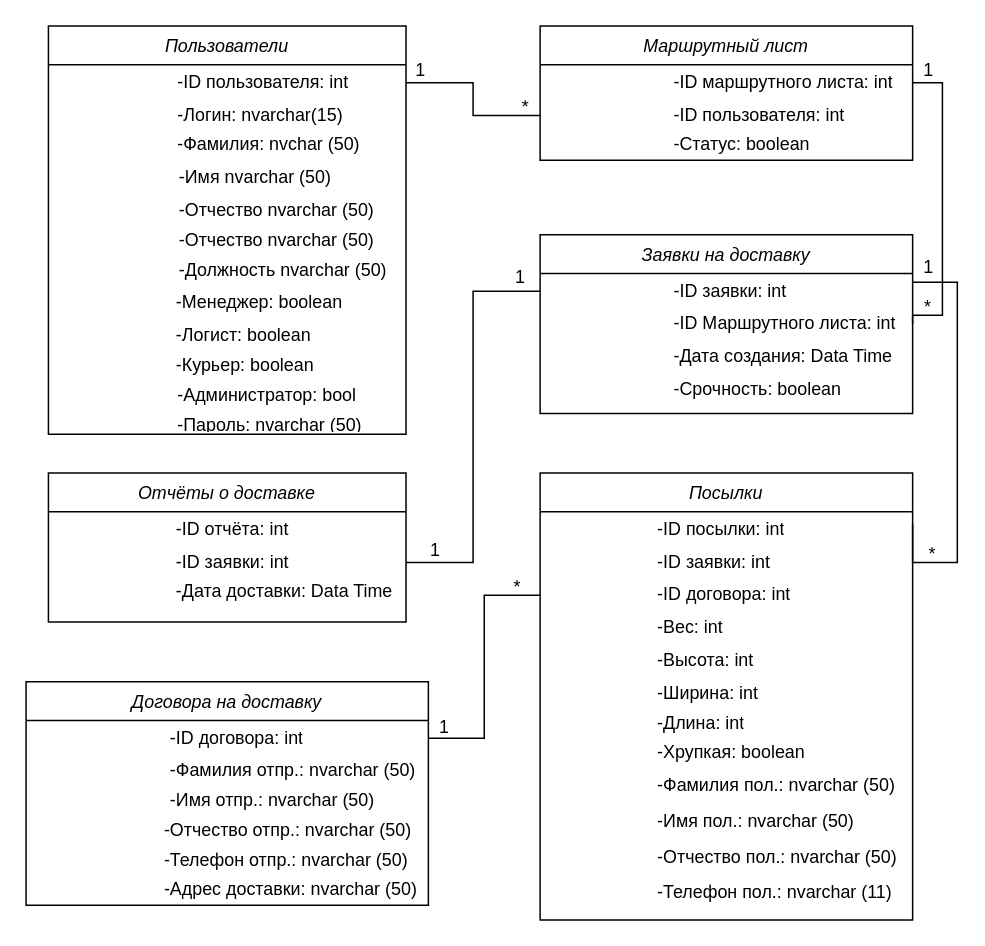
Above: Курсач/Draw io/Логическая диаграмма классов приложения.drawio in JolyBin/-Study (draw.io), before the change. Source tidied: cells renumbered, new cells numbered last; positions are measured from the earlier drawing's top-left corner, leaving out a move shared by most shapes. Both pictures are drawn from the tidied source at 149%, with x=0, y=0 at pixel (25, 25).
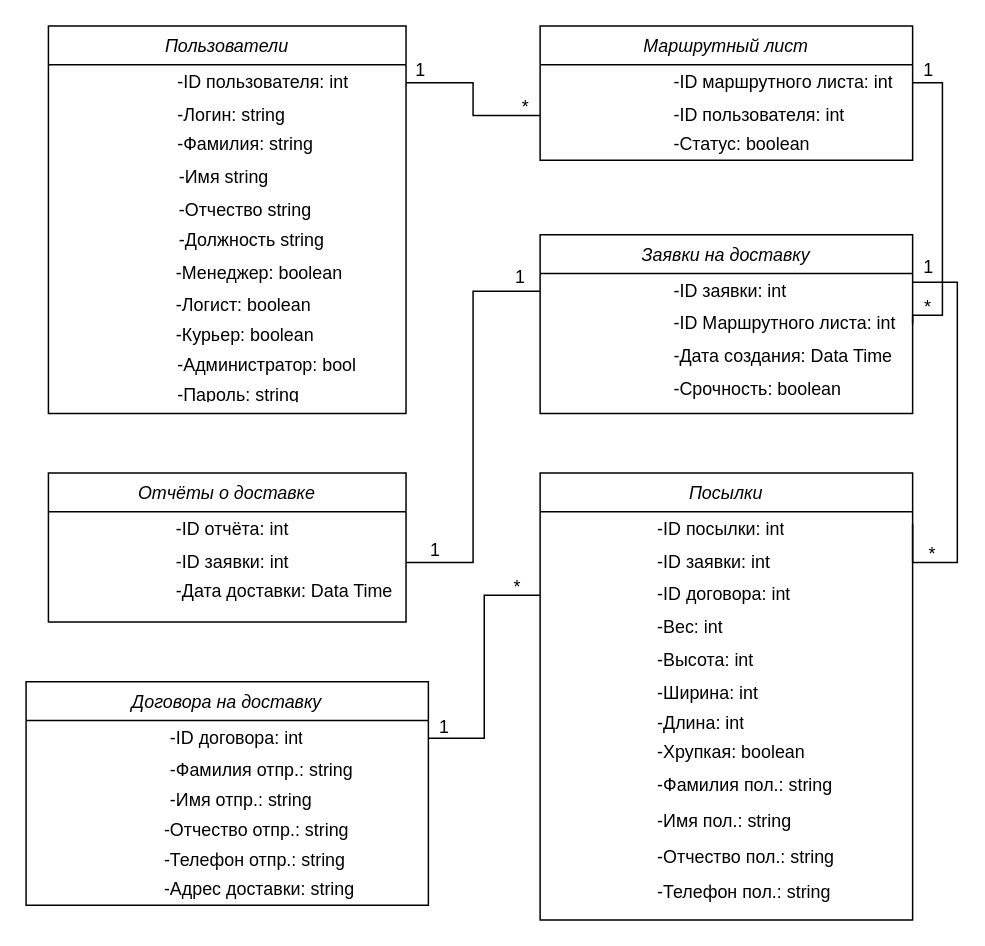
After the change.

The change refers to these unchanged cells:
```xml
<mxCell id="24" style="shape=partialRectangle;html=1;whiteSpace=wrap;fillColor=none;top=0;left=0;bottom=0;right=0;" parent="20" vertex="1">
  <mxGeometry y="24" width="240" height="20" as="geometry" />
</mxCell>
<mxCell id="27" style="shape=partialRectangle;html=1;whiteSpace=wrap;fillColor=none;top=0;left=0;bottom=0;right=0;" parent="20" vertex="1">
  <mxGeometry y="44" width="240" height="20" as="geometry" />
</mxCell>
<mxCell id="31" style="shape=partialRectangle;html=1;whiteSpace=wrap;fillColor=none;top=0;left=0;bottom=0;right=0;" parent="30" vertex="1">
  <mxGeometry width="240" height="24" as="geometry" />
</mxCell>
<mxCell id="34" style="shape=partialRectangle;html=1;whiteSpace=wrap;fillColor=none;top=0;left=0;bottom=0;right=0;" parent="30" vertex="1">
  <mxGeometry y="24" width="240" height="20" as="geometry" />
</mxCell>
<mxCell id="57" style="shape=partialRectangle;html=1;whiteSpace=wrap;fillColor=none;top=0;left=0;bottom=0;right=0;" parent="53" vertex="1">
  <mxGeometry y="20" width="240" height="16" as="geometry" />
</mxCell>
<mxCell id="100" style="shape=partialRectangle;html=1;whiteSpace=wrap;fillColor=none;top=0;left=0;bottom=0;right=0;" parent="74" vertex="1">
  <mxGeometry y="198" width="250" height="24" as="geometry" />
</mxCell>
<mxCell id="103" style="shape=partialRectangle;html=1;whiteSpace=wrap;fillColor=none;top=0;left=0;bottom=0;right=0;" parent="74" vertex="1">
  <mxGeometry y="222" width="250" height="24" as="geometry" />
</mxCell>
<mxCell id="106" style="shape=partialRectangle;html=1;whiteSpace=wrap;fillColor=none;top=0;left=0;bottom=0;right=0;" parent="74" vertex="1">
  <mxGeometry y="246" width="250" height="24" as="geometry" />
</mxCell>
<mxCell id="109" style="shape=partialRectangle;html=1;whiteSpace=wrap;fillColor=none;top=0;left=0;bottom=0;right=0;" parent="74" vertex="1">
  <mxGeometry y="270" width="250" height="24" as="geometry" />
</mxCell>
<mxCell id="136" style="shape=partialRectangle;html=1;whiteSpace=wrap;fillColor=none;top=0;left=0;bottom=0;right=0;" parent="132" vertex="1">
  <mxGeometry y="24" width="270" height="20" as="geometry" />
</mxCell>
<mxCell id="139" style="shape=partialRectangle;html=1;whiteSpace=wrap;fillColor=none;top=0;left=0;bottom=0;right=0;" parent="132" vertex="1">
  <mxGeometry y="44" width="270" height="20" as="geometry" />
</mxCell>
<mxCell id="142" style="shape=partialRectangle;html=1;whiteSpace=wrap;fillColor=none;top=0;left=0;bottom=0;right=0;" parent="131" vertex="1">
  <mxGeometry y="90" width="270" height="20" as="geometry" />
</mxCell>
<mxCell id="145" style="shape=partialRectangle;html=1;whiteSpace=wrap;fillColor=none;top=0;left=0;bottom=0;right=0;" parent="131" vertex="1">
  <mxGeometry y="110" width="270" height="20" as="geometry" />
</mxCell>
<mxCell id="148" style="shape=partialRectangle;html=1;whiteSpace=wrap;fillColor=none;top=0;left=0;bottom=0;right=0;" parent="131" vertex="1">
  <mxGeometry y="130" width="270" height="20" as="geometry" />
</mxCell>
```

Change to the diagram source:
```diff
@@
     <mxCell id="19" value="Пользователи" style="swimlane;fontStyle=2;align=center;verticalAlign=top;horizontal=1;startSize=26;rounded=0;shadow=0;strokeWidth=1;" parent="1" vertex="1">
-      <mxGeometry x="15" width="240" height="274" as="geometry" />
+      <mxGeometry x="15" width="240" height="260" as="geometry" />
     </mxCell>
@@
-    <mxCell id="26" value="-Логин: nvarchar(15)" style="shape=partialRectangle;html=1;whiteSpace=wrap;overflow=hidden;fillColor=none;top=0;left=0;bottom=0;right=0;align=left;" parent="24" vertex="1">
+    <mxCell id="26" value="-Логин: string" style="shape=partialRectangle;html=1;whiteSpace=wrap;overflow=hidden;fillColor=none;top=0;left=0;bottom=0;right=0;align=left;" parent="24" vertex="1">
       <mxGeometry x="85" width="155" height="20" as="geometry" />
     </mxCell>
@@
-    <mxCell id="29" value="-Фамилия: nvchar (50)" style="shape=partialRectangle;html=1;whiteSpace=wrap;overflow=hidden;fillColor=none;top=0;left=0;bottom=0;right=0;align=left;" parent="27" vertex="1">
+    <mxCell id="29" value="-Фамилия: string" style="shape=partialRectangle;html=1;whiteSpace=wrap;overflow=hidden;fillColor=none;top=0;left=0;bottom=0;right=0;align=left;" parent="27" vertex="1">
       <mxGeometry x="85" width="155" height="20" as="geometry" />
     </mxCell>
     <mxCell id="30" style="shape=table;html=1;whiteSpace=wrap;startSize=0;childLayout=tableLayout;fillColor=none;align=left;strokeColor=none;" parent="19" vertex="1">
-      <mxGeometry y="90" width="240" height="84" as="geometry" />
+      <mxGeometry y="90" width="240" height="64" as="geometry" />
     </mxCell>
@@
-    <mxCell id="33" value="-Имя nvarchar (50)" style="shape=partialRectangle;html=1;whiteSpace=wrap;overflow=hidden;fillColor=none;top=0;left=0;bottom=0;right=0;align=left;" parent="31" vertex="1">
+    <mxCell id="33" value="-Имя string" style="shape=partialRectangle;html=1;whiteSpace=wrap;overflow=hidden;fillColor=none;top=0;left=0;bottom=0;right=0;align=left;" parent="31" vertex="1">
       <mxGeometry x="86" width="154" height="24" as="geometry" />
     </mxCell>
@@
-    <mxCell id="36" value="-Отчество nvarchar (50)" style="shape=partialRectangle;html=1;whiteSpace=wrap;overflow=hidden;fillColor=none;top=0;left=0;bottom=0;right=0;align=left;" parent="34" vertex="1">
+    <mxCell id="36" value="-Отчество string" style="shape=partialRectangle;html=1;whiteSpace=wrap;overflow=hidden;fillColor=none;top=0;left=0;bottom=0;right=0;align=left;" parent="34" vertex="1">
       <mxGeometry x="86" width="154" height="20" as="geometry" />
     </mxCell>
-    <mxCell id="37" style="shape=partialRectangle;html=1;whiteSpace=wrap;fillColor=none;top=0;left=0;bottom=0;right=0;" parent="30" vertex="1">
-      <mxGeometry y="44" width="240" height="20" as="geometry" />
-    </mxCell>
-    <mxCell id="38" style="shape=partialRectangle;html=1;whiteSpace=wrap;overflow=hidden;fillColor=none;top=0;left=0;bottom=0;right=0;" parent="37" vertex="1">
-      <mxGeometry width="86" height="20" as="geometry" />
-    </mxCell>
-    <mxCell id="39" value="-Отчество nvarchar (50)" style="shape=partialRectangle;html=1;whiteSpace=wrap;overflow=hidden;fillColor=none;top=0;left=0;bottom=0;right=0;align=left;" parent="37" vertex="1">
-      <mxGeometry x="86" width="154" height="20" as="geometry" />
-    </mxCell>
     <mxCell id="40" style="shape=partialRectangle;html=1;whiteSpace=wrap;fillColor=none;top=0;left=0;bottom=0;right=0;" parent="30" vertex="1">
-      <mxGeometry y="64" width="240" height="20" as="geometry" />
+      <mxGeometry y="44" width="240" height="20" as="geometry" />
     </mxCell>
@@
-    <mxCell id="42" value="-Должность nvarchar (50)" style="shape=partialRectangle;html=1;whiteSpace=wrap;overflow=hidden;fillColor=none;top=0;left=0;bottom=0;right=0;align=left;" parent="40" vertex="1">
+    <mxCell id="42" value="-Должность string" style="shape=partialRectangle;html=1;whiteSpace=wrap;overflow=hidden;fillColor=none;top=0;left=0;bottom=0;right=0;align=left;" parent="40" vertex="1">
       <mxGeometry x="86" width="154" height="20" as="geometry" />
     </mxCell>
     <mxCell id="43" style="shape=table;html=1;whiteSpace=wrap;startSize=0;childLayout=tableLayout;fillColor=none;align=left;strokeColor=none;" parent="19" vertex="1">
-      <mxGeometry y="174" width="240" height="64" as="geometry" />
+      <mxGeometry y="154" width="240" height="64" as="geometry" />
     </mxCell>
@@
     <mxCell id="53" style="shape=table;html=1;whiteSpace=wrap;startSize=0;childLayout=tableLayout;fillColor=none;align=left;strokeColor=none;" parent="19" vertex="1">
-      <mxGeometry y="238" width="240" height="36" as="geometry" />
+      <mxGeometry y="218" width="240" height="36" as="geometry" />
     </mxCell>
@@
-    <mxCell id="59" value="-Пароль: nvarchar (50)" style="shape=partialRectangle;html=1;whiteSpace=wrap;overflow=hidden;fillColor=none;top=0;left=0;bottom=0;right=0;align=left;" parent="57" vertex="1">
+    <mxCell id="59" value="-Пароль: string" style="shape=partialRectangle;html=1;whiteSpace=wrap;overflow=hidden;fillColor=none;top=0;left=0;bottom=0;right=0;align=left;" parent="57" vertex="1">
       <mxGeometry x="85" width="155" height="16" as="geometry" />
     </mxCell>
@@
-    <mxCell id="102" value="-Фамилия пол.: nvarchar (50)" style="shape=partialRectangle;html=1;whiteSpace=wrap;overflow=hidden;fillColor=none;top=0;left=0;bottom=0;right=0;align=left;" parent="100" vertex="1">
+    <mxCell id="102" value="-Фамилия пол.: string" style="shape=partialRectangle;html=1;whiteSpace=wrap;overflow=hidden;fillColor=none;top=0;left=0;bottom=0;right=0;align=left;" parent="100" vertex="1">
       <mxGeometry x="77" width="173" height="24" as="geometry" />
     </mxCell>
@@
-    <mxCell id="105" value="-Имя пол.: nvarchar (50)" style="shape=partialRectangle;html=1;whiteSpace=wrap;overflow=hidden;fillColor=none;top=0;left=0;bottom=0;right=0;align=left;" parent="103" vertex="1">
+    <mxCell id="105" value="-Имя пол.: string" style="shape=partialRectangle;html=1;whiteSpace=wrap;overflow=hidden;fillColor=none;top=0;left=0;bottom=0;right=0;align=left;" parent="103" vertex="1">
       <mxGeometry x="77" width="173" height="24" as="geometry" />
     </mxCell>
@@
-    <mxCell id="108" value="-Отчество пол.: nvarchar (50)" style="shape=partialRectangle;html=1;whiteSpace=wrap;overflow=hidden;fillColor=none;top=0;left=0;bottom=0;right=0;align=left;" parent="106" vertex="1">
+    <mxCell id="108" value="-Отчество пол.: string" style="shape=partialRectangle;html=1;whiteSpace=wrap;overflow=hidden;fillColor=none;top=0;left=0;bottom=0;right=0;align=left;" parent="106" vertex="1">
       <mxGeometry x="77" width="173" height="24" as="geometry" />
     </mxCell>
@@
-    <mxCell id="111" value="-Телефон пол.: nvarchar (11)" style="shape=partialRectangle;html=1;whiteSpace=wrap;overflow=hidden;fillColor=none;top=0;left=0;bottom=0;right=0;align=left;" parent="109" vertex="1">
+    <mxCell id="111" value="-Телефон пол.: string" style="shape=partialRectangle;html=1;whiteSpace=wrap;overflow=hidden;fillColor=none;top=0;left=0;bottom=0;right=0;align=left;" parent="109" vertex="1">
       <mxGeometry x="77" width="173" height="24" as="geometry" />
     </mxCell>
@@
-    <mxCell id="138" value="-Фамилия отпр.: nvarchar (50)" style="shape=partialRectangle;html=1;whiteSpace=wrap;overflow=hidden;fillColor=none;top=0;left=0;bottom=0;right=0;align=left;" parent="136" vertex="1">
+    <mxCell id="138" value="-Фамилия отпр.: string" style="shape=partialRectangle;html=1;whiteSpace=wrap;overflow=hidden;fillColor=none;top=0;left=0;bottom=0;right=0;align=left;" parent="136" vertex="1">
       <mxGeometry x="95" width="175" height="20" as="geometry" />
     </mxCell>
@@
-    <mxCell id="141" value="-Имя отпр.: nvarchar (50)" style="shape=partialRectangle;html=1;whiteSpace=wrap;overflow=hidden;fillColor=none;top=0;left=0;bottom=0;right=0;align=left;" parent="139" vertex="1">
+    <mxCell id="141" value="-Имя отпр.: string" style="shape=partialRectangle;html=1;whiteSpace=wrap;overflow=hidden;fillColor=none;top=0;left=0;bottom=0;right=0;align=left;" parent="139" vertex="1">
       <mxGeometry x="95" width="175" height="20" as="geometry" />
     </mxCell>
@@
-    <mxCell id="144" value="-Отчество отпр.: nvarchar (50)" style="shape=partialRectangle;html=1;whiteSpace=wrap;overflow=hidden;fillColor=none;top=0;left=0;bottom=0;right=0;align=left;" parent="142" vertex="1">
+    <mxCell id="144" value="-Отчество отпр.: string" style="shape=partialRectangle;html=1;whiteSpace=wrap;overflow=hidden;fillColor=none;top=0;left=0;bottom=0;right=0;align=left;" parent="142" vertex="1">
       <mxGeometry x="91" width="169" height="20" as="geometry" />
     </mxCell>
@@
-    <mxCell id="147" value="-Телефон отпр.: nvarchar (50)" style="shape=partialRectangle;html=1;whiteSpace=wrap;overflow=hidden;fillColor=none;top=0;left=0;bottom=0;right=0;align=left;" parent="145" vertex="1">
+    <mxCell id="147" value="-Телефон отпр.: string" style="shape=partialRectangle;html=1;whiteSpace=wrap;overflow=hidden;fillColor=none;top=0;left=0;bottom=0;right=0;align=left;" parent="145" vertex="1">
       <mxGeometry x="91" width="169" height="20" as="geometry" />
     </mxCell>
@@
-    <mxCell id="150" value="-Адрес доставки: nvarchar (50)" style="shape=partialRectangle;html=1;whiteSpace=wrap;overflow=hidden;fillColor=none;top=0;left=0;bottom=0;right=0;align=left;" parent="148" vertex="1">
+    <mxCell id="150" value="-Адрес доставки: string" style="shape=partialRectangle;html=1;whiteSpace=wrap;overflow=hidden;fillColor=none;top=0;left=0;bottom=0;right=0;align=left;" parent="148" vertex="1">
       <mxGeometry x="91" width="179" height="20" as="geometry" />
     </mxCell>
```
